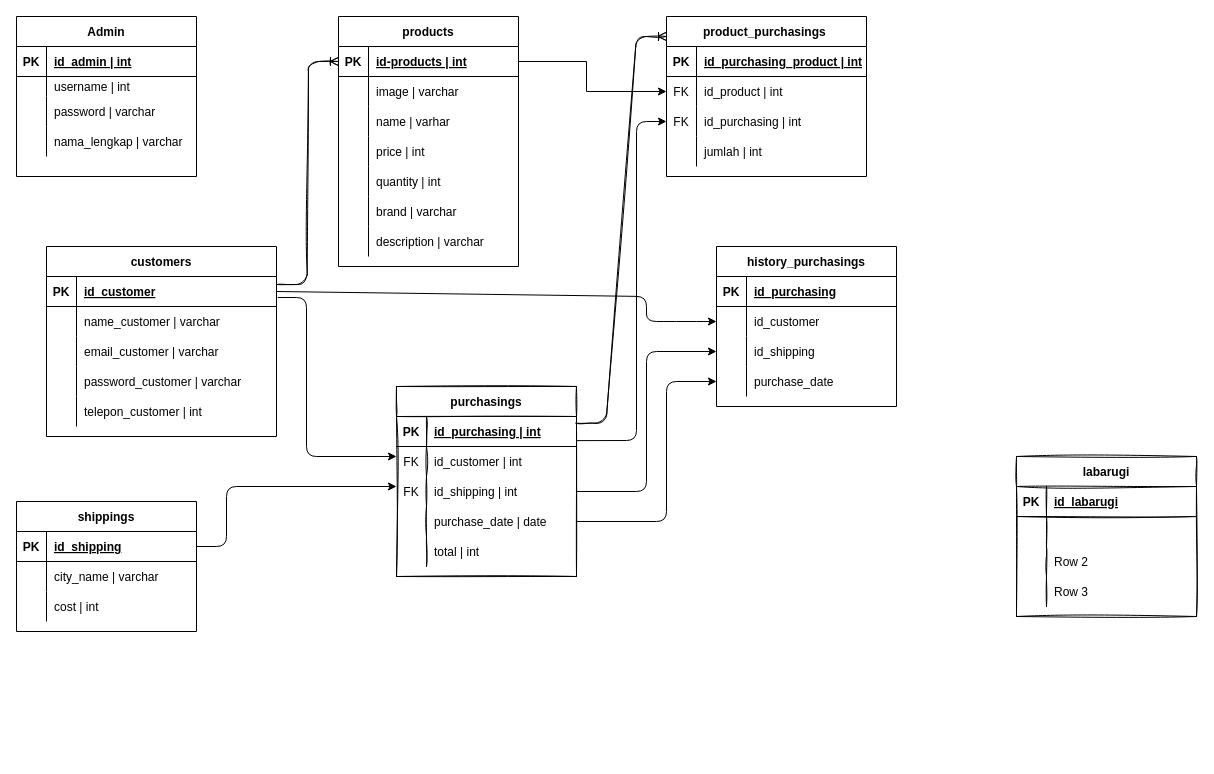
MoehammadAlji/redstore keeps this draw.io diagram as pertemuan2/RedStore/Redstore_db.drawio. Above is the earlier version. Source tidied: cells renumbered, new cells numbered last; positions are measured from the earlier drawing's top-left corner, leaving out a move shared by most shapes. Both pictures are drawn from the tidied source at 100%, with x=0, y=0 at pixel (16, 16).
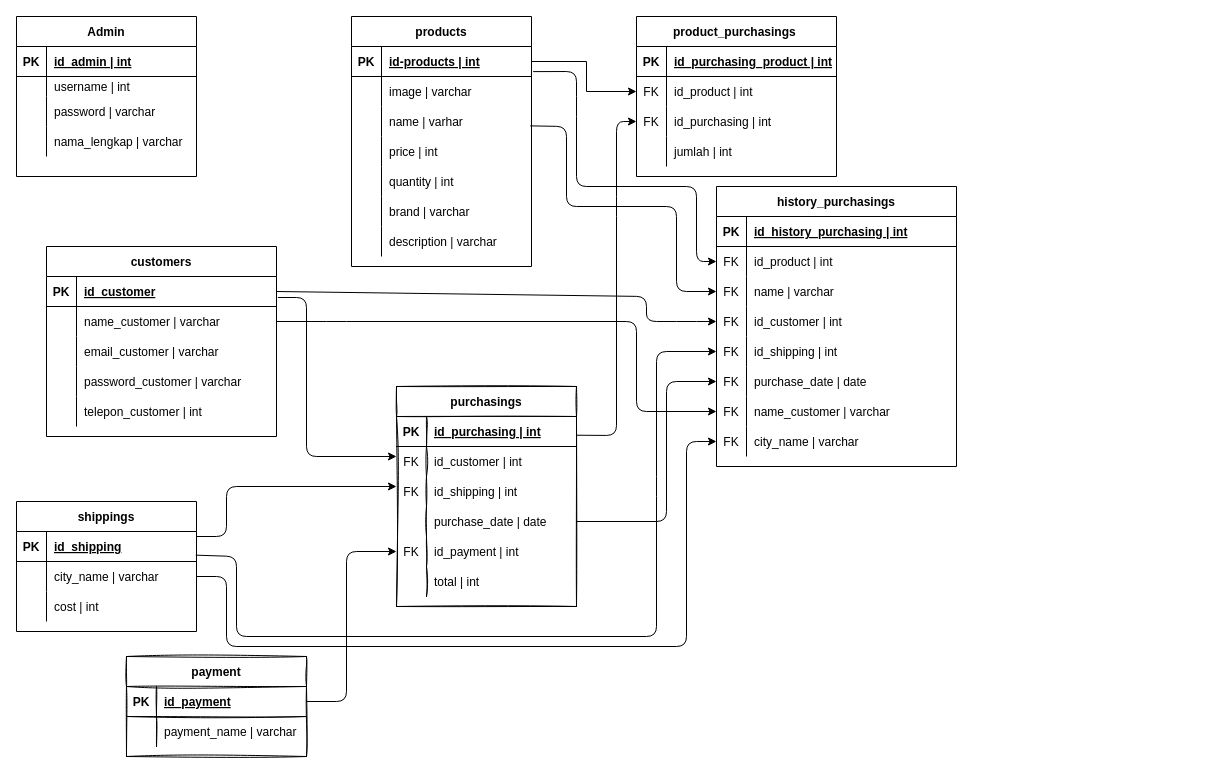
Above is the later version.

Unchanged cells that the change refers to:
```xml
<mxCell id="16" style="shape=tableRow;horizontal=0;startSize=0;swimlaneHead=0;swimlaneBody=0;fillColor=none;points=[[0,0.5],[1,0.5]];portConstraint=eastwest;top=0;left=0;right=0;bottom=1;" parent="15" vertex="1">
  <mxGeometry y="30" width="230" height="30" as="geometry" />
</mxCell>
<mxCell id="19" style="shape=tableRow;horizontal=0;startSize=0;swimlaneHead=0;swimlaneBody=0;fillColor=none;points=[[0,0.5],[1,0.5]];portConstraint=eastwest;top=0;left=0;right=0;bottom=0;" parent="15" vertex="1">
  <mxGeometry y="60" width="230" height="30" as="geometry" />
</mxCell>
<mxCell id="32" style="shape=tableRow;horizontal=0;startSize=0;swimlaneHead=0;swimlaneBody=0;fillColor=none;points=[[0,0.5],[1,0.5]];portConstraint=eastwest;top=0;left=0;right=0;bottom=1;" parent="31" vertex="1">
  <mxGeometry y="30" width="180" height="30" as="geometry" />
</mxCell>
<mxCell id="35" style="shape=tableRow;horizontal=0;startSize=0;swimlaneHead=0;swimlaneBody=0;fillColor=none;points=[[0,0.5],[1,0.5]];portConstraint=eastwest;top=0;left=0;right=0;bottom=0;" parent="31" vertex="1">
  <mxGeometry y="60" width="180" height="30" as="geometry" />
</mxCell>
<mxCell id="42" style="shape=tableRow;horizontal=0;startSize=0;swimlaneHead=0;swimlaneBody=0;fillColor=none;points=[[0,0.5],[1,0.5]];portConstraint=eastwest;top=0;left=0;right=0;bottom=1;" parent="41" vertex="1">
  <mxGeometry y="30" width="180" height="30" as="geometry" />
</mxCell>
<mxCell id="48" style="shape=tableRow;horizontal=0;startSize=0;swimlaneHead=0;swimlaneBody=0;fillColor=none;points=[[0,0.5],[1,0.5]];portConstraint=eastwest;top=0;left=0;right=0;bottom=0;" parent="41" vertex="1">
  <mxGeometry y="90" width="180" height="30" as="geometry" />
</mxCell>
<mxCell id="64" style="shape=tableRow;horizontal=0;startSize=0;swimlaneHead=0;swimlaneBody=0;fillColor=none;points=[[0,0.5],[1,0.5]];portConstraint=eastwest;top=0;left=0;right=0;bottom=0;" parent="57" vertex="1">
  <mxGeometry y="90" width="200" height="30" as="geometry" />
</mxCell>
<mxCell id="71" style="shape=tableRow;horizontal=0;startSize=0;swimlaneHead=0;swimlaneBody=0;fillColor=none;points=[[0,0.5],[1,0.5]];portConstraint=eastwest;top=0;left=0;right=0;bottom=1;" parent="70" vertex="1">
  <mxGeometry y="30" width="180" height="30" as="geometry" />
</mxCell>
<mxCell id="77" style="shape=tableRow;horizontal=0;startSize=0;swimlaneHead=0;swimlaneBody=0;fillColor=none;points=[[0,0.5],[1,0.5]];portConstraint=eastwest;top=0;left=0;right=0;bottom=0;" parent="70" vertex="1">
  <mxGeometry y="90" width="180" height="30" as="geometry" />
</mxCell>
<mxCell id="99" style="shape=tableRow;horizontal=0;startSize=0;swimlaneHead=0;swimlaneBody=0;fillColor=none;points=[[0,0.5],[1,0.5]];portConstraint=eastwest;top=0;left=0;right=0;bottom=1;rounded=0;shadow=0;sketch=1;" parent="98" vertex="1">
  <mxGeometry y="30" width="180" height="30" as="geometry" />
</mxCell>
```

Change to the diagram source:
```diff
@@
     <mxCell id="41" value="purchasings" style="shape=table;startSize=30;childLayout=tableLayout;rowLines=0;fontStyle=1;align=center;gradientColor=none;swimlaneFillColor=none;rounded=0;swimlaneLine=1;shadow=0;sketch=1;" parent="1" vertex="1">
-      <mxGeometry x="380" y="370" width="180" height="190" as="geometry" />
+      <mxGeometry x="380" y="370" width="180" height="220" as="geometry" />
     </mxCell>
@@
+    <mxCell id="127" style="shape=tableRow;horizontal=0;startSize=0;swimlaneHead=0;swimlaneBody=0;fillColor=none;points=[[0,0.5],[1,0.5]];portConstraint=eastwest;top=0;left=0;right=0;bottom=0;" parent="41" vertex="1">
+      <mxGeometry y="150" width="180" height="30" as="geometry" />
+    </mxCell>
+    <mxCell id="128" value="FK" style="shape=partialRectangle;fillColor=none;top=0;left=0;bottom=0;right=0;overflow=hidden;" parent="127" vertex="1">
+      <mxGeometry width="30" height="30" as="geometry" />
+    </mxCell>
+    <mxCell id="129" value="id_payment | int" style="shape=partialRectangle;fillColor=none;top=0;left=0;bottom=0;right=0;align=left;spacingLeft=6;overflow=hidden;" parent="127" vertex="1">
+      <mxGeometry x="30" width="150" height="30" as="geometry" />
+    </mxCell>
     <mxCell id="54" style="shape=tableRow;horizontal=0;startSize=0;swimlaneHead=0;swimlaneBody=0;fillColor=none;top=0;left=0;right=0;bottom=0;" parent="41" vertex="1">
-      <mxGeometry y="150" width="180" height="30" as="geometry" />
+      <mxGeometry y="180" width="180" height="30" as="geometry" />
     </mxCell>
@@
     <mxCell id="57" value="product_purchasings " style="shape=table;startSize=30;childLayout=tableLayout;rowLines=0;fontStyle=1;align=center;" parent="1" vertex="1">
-      <mxGeometry x="650" width="200" height="160" as="geometry" />
+      <mxGeometry x="620" width="200" height="160" as="geometry" />
     </mxCell>
@@
     <mxCell id="70" value="products" style="shape=table;startSize=30;childLayout=tableLayout;rowLines=0;fontStyle=1;align=center;" parent="1" vertex="1">
-      <mxGeometry x="322" width="180" height="250" as="geometry" />
+      <mxGeometry x="335" width="180" height="250" as="geometry" />
     </mxCell>
@@
-    <mxCell id="93" style="edgeStyle=entityRelationEdgeStyle;fontSize=12;html=1;endArrow=ERoneToMany;rounded=1;exitX=1.003;exitY=0.267;exitDx=0;exitDy=0;entryX=0;entryY=0.5;entryDx=0;entryDy=0;exitPerimeter=0;sketch=1;" parent="1" edge="1" source="16" target="71">
-      <mxGeometry relative="1" as="geometry" />
-    </mxCell>
-    <mxCell id="94" style="edgeStyle=entityRelationEdgeStyle;fontSize=12;html=1;endArrow=ERoneToMany;rounded=1;entryX=0;entryY=0.125;entryDx=0;entryDy=0;entryPerimeter=0;exitX=0.997;exitY=0.225;exitDx=0;exitDy=0;exitPerimeter=0;sketch=1;" parent="1" edge="1" source="42" target="57">
-      <mxGeometry relative="1" as="geometry" />
-    </mxCell>
@@
-    <mxCell id="96" style="endArrow=classic;html=1;rounded=1;exitX=1;exitY=0.5;exitDx=0;exitDy=0;entryX=0;entryY=0.333;entryDx=0;entryDy=0;entryPerimeter=0;" parent="1" edge="1" source="32" target="48">
+    <mxCell id="96" style="endArrow=classic;html=1;rounded=1;exitX=0.999;exitY=0.167;exitDx=0;exitDy=0;entryX=0;entryY=0.333;entryDx=0;entryDy=0;entryPerimeter=0;exitPerimeter=0;" parent="1" edge="1" source="32" target="48">
       <mxGeometry relative="1" as="geometry">
         <Array as="points">
-          <mxPoint x="210" y="530" />
+          <mxPoint x="210" y="520" />
           <mxPoint x="210" y="470" />
         </Array>
       </mxGeometry>
     </mxCell>
-    <mxCell id="97" style="endArrow=classic;html=1;rounded=1;exitX=0.998;exitY=0.804;exitDx=0;exitDy=0;exitPerimeter=0;entryX=0;entryY=0.5;entryDx=0;entryDy=0;" parent="1" edge="1" source="42" target="64">
-      <mxGeometry relative="1" as="geometry">
-        <Array as="points">
-          <mxPoint x="620" y="424" />
-          <mxPoint x="620" y="105" />
-          <mxPoint x="650" y="105" />
-        </Array>
-      </mxGeometry>
-    </mxCell>
-    <mxCell id="98" value="labarugi" style="shape=table;startSize=30;childLayout=tableLayout;rowLines=0;fontStyle=1;align=center;rounded=0;shadow=0;sketch=1;gradientColor=none;" parent="1" vertex="1">
-      <mxGeometry x="1000" y="440" width="180" height="160" as="geometry" />
+    <mxCell id="98" value="payment" style="shape=table;startSize=30;childLayout=tableLayout;rowLines=0;fontStyle=1;align=center;rounded=0;shadow=0;sketch=1;gradientColor=none;" parent="1" vertex="1">
+      <mxGeometry x="110" y="640" width="180" height="100" as="geometry" />
     </mxCell>
@@
-    <mxCell id="101" value="id_labarugi" style="shape=partialRectangle;fillColor=none;top=0;left=0;bottom=0;right=0;align=left;spacingLeft=6;fontStyle=5;overflow=hidden;rounded=0;shadow=0;sketch=1;" parent="99" vertex="1">
+    <mxCell id="101" value="id_payment" style="shape=partialRectangle;fillColor=none;top=0;left=0;bottom=0;right=0;align=left;spacingLeft=6;fontStyle=5;overflow=hidden;rounded=0;shadow=0;sketch=1;" parent="99" vertex="1">
       <mxGeometry x="30" width="150" height="30" as="geometry" />
     </mxCell>
-    <mxCell id="102" style="shape=tableRow;horizontal=0;startSize=0;swimlaneHead=0;swimlaneBody=0;fillColor=none;top=0;left=0;right=0;bottom=0;rounded=0;shadow=0;sketch=1;" parent="98" vertex="1">
-      <mxGeometry y="60" width="180" height="30" as="geometry" />
-    </mxCell>
-    <mxCell id="103" style="shape=partialRectangle;fillColor=none;top=0;left=0;bottom=0;right=0;overflow=hidden;rounded=0;shadow=0;sketch=1;" parent="102" vertex="1">
-      <mxGeometry width="30" height="30" as="geometry" />
-    </mxCell>
-    <mxCell id="104" style="shape=partialRectangle;fillColor=none;top=0;left=0;bottom=0;right=0;align=left;spacingLeft=6;overflow=hidden;rounded=0;shadow=0;sketch=1;" parent="102" vertex="1">
-      <mxGeometry x="30" width="150" height="30" as="geometry" />
-    </mxCell>
     <mxCell id="105" style="shape=tableRow;horizontal=0;startSize=0;swimlaneHead=0;swimlaneBody=0;fillColor=none;top=0;left=0;right=0;bottom=0;rounded=0;shadow=0;sketch=1;" parent="98" vertex="1">
-      <mxGeometry y="90" width="180" height="30" as="geometry" />
+      <mxGeometry y="60" width="180" height="30" as="geometry" />
     </mxCell>
@@
-    <mxCell id="107" value="Row 2" style="shape=partialRectangle;fillColor=none;top=0;left=0;bottom=0;right=0;align=left;spacingLeft=6;overflow=hidden;rounded=0;shadow=0;sketch=1;" parent="105" vertex="1">
+    <mxCell id="107" value="payment_name | varchar" style="shape=partialRectangle;fillColor=none;top=0;left=0;bottom=0;right=0;align=left;spacingLeft=6;overflow=hidden;rounded=0;shadow=0;sketch=1;" parent="105" vertex="1">
       <mxGeometry x="30" width="150" height="30" as="geometry" />
     </mxCell>
-    <mxCell id="108" style="shape=tableRow;horizontal=0;startSize=0;swimlaneHead=0;swimlaneBody=0;fillColor=none;top=0;left=0;right=0;bottom=0;rounded=0;shadow=0;sketch=1;" parent="98" vertex="1">
-      <mxGeometry y="120" width="180" height="30" as="geometry" />
-    </mxCell>
-    <mxCell id="109" style="shape=partialRectangle;fillColor=none;top=0;left=0;bottom=0;right=0;overflow=hidden;rounded=0;shadow=0;sketch=1;" parent="108" vertex="1">
-      <mxGeometry width="30" height="30" as="geometry" />
-    </mxCell>
-    <mxCell id="110" value="Row 3" style="shape=partialRectangle;fillColor=none;top=0;left=0;bottom=0;right=0;align=left;spacingLeft=6;overflow=hidden;rounded=0;shadow=0;sketch=1;" parent="108" vertex="1">
-      <mxGeometry x="30" width="150" height="30" as="geometry" />
-    </mxCell>
     <mxCell id="111" value="history_purchasings" style="shape=table;startSize=30;childLayout=tableLayout;rowLines=0;fontStyle=1;align=center;" parent="1" vertex="1">
-      <mxGeometry x="700" y="230" width="180" height="160" as="geometry" />
+      <mxGeometry x="700" y="170" width="240" height="280" as="geometry" />
     </mxCell>
     <mxCell id="112" style="shape=tableRow;horizontal=0;startSize=0;swimlaneHead=0;swimlaneBody=0;fillColor=none;top=0;left=0;right=0;bottom=1;" parent="111" vertex="1">
-      <mxGeometry y="30" width="180" height="30" as="geometry" />
+      <mxGeometry y="30" width="240" height="30" as="geometry" />
     </mxCell>
@@
-    <mxCell id="114" value="id_purchasing" style="shape=partialRectangle;fillColor=none;top=0;left=0;bottom=0;right=0;align=left;spacingLeft=6;fontStyle=5;overflow=hidden;" parent="112" vertex="1">
-      <mxGeometry x="30" width="150" height="30" as="geometry" />
+    <mxCell id="114" value="id_history_purchasing | int" style="shape=partialRectangle;fillColor=none;top=0;left=0;bottom=0;right=0;align=left;spacingLeft=6;fontStyle=5;overflow=hidden;" parent="112" vertex="1">
+      <mxGeometry x="30" width="210" height="30" as="geometry" />
     </mxCell>
+    <mxCell id="130" style="shape=tableRow;horizontal=0;startSize=0;swimlaneHead=0;swimlaneBody=0;fillColor=none;points=[[0,0.5],[1,0.5]];portConstraint=eastwest;top=0;left=0;right=0;bottom=0;" parent="111" vertex="1">
+      <mxGeometry y="60" width="240" height="30" as="geometry" />
+    </mxCell>
+    <mxCell id="131" value="FK" style="shape=partialRectangle;fillColor=none;top=0;left=0;bottom=0;right=0;fontStyle=0;overflow=hidden;" parent="130" vertex="1">
+      <mxGeometry width="30" height="30" as="geometry" />
+    </mxCell>
+    <mxCell id="132" value="id_product | int" style="shape=partialRectangle;fillColor=none;top=0;left=0;bottom=0;right=0;align=left;spacingLeft=6;fontStyle=0;overflow=hidden;" parent="130" vertex="1">
+      <mxGeometry x="30" width="210" height="30" as="geometry" />
+    </mxCell>
+    <mxCell id="133" style="shape=tableRow;horizontal=0;startSize=0;swimlaneHead=0;swimlaneBody=0;fillColor=none;points=[[0,0.5],[1,0.5]];portConstraint=eastwest;top=0;left=0;right=0;bottom=0;" parent="111" vertex="1">
+      <mxGeometry y="90" width="240" height="30" as="geometry" />
+    </mxCell>
+    <mxCell id="134" value="FK" style="shape=partialRectangle;fillColor=none;top=0;left=0;bottom=0;right=0;fontStyle=0;overflow=hidden;" parent="133" vertex="1">
+      <mxGeometry width="30" height="30" as="geometry" />
+    </mxCell>
+    <mxCell id="135" value="name | varchar " style="shape=partialRectangle;fillColor=none;top=0;left=0;bottom=0;right=0;align=left;spacingLeft=6;fontStyle=0;overflow=hidden;" parent="133" vertex="1">
+      <mxGeometry x="30" width="210" height="30" as="geometry" />
+    </mxCell>
     <mxCell id="115" style="shape=tableRow;horizontal=0;startSize=0;swimlaneHead=0;swimlaneBody=0;fillColor=none;points=[[0,0.5],[1,0.5]];portConstraint=eastwest;top=0;left=0;right=0;bottom=0;" parent="111" vertex="1">
-      <mxGeometry y="60" width="180" height="30" as="geometry" />
+      <mxGeometry y="120" width="240" height="30" as="geometry" />
     </mxCell>
-    <mxCell id="116" style="shape=partialRectangle;fillColor=none;top=0;left=0;bottom=0;right=0;overflow=hidden;" parent="115" vertex="1">
+    <mxCell id="116" value="FK" style="shape=partialRectangle;fillColor=none;top=0;left=0;bottom=0;right=0;overflow=hidden;" parent="115" vertex="1">
       <mxGeometry width="30" height="30" as="geometry" />
     </mxCell>
-    <mxCell id="117" value="id_customer" style="shape=partialRectangle;fillColor=none;top=0;left=0;bottom=0;right=0;align=left;spacingLeft=6;overflow=hidden;" parent="115" vertex="1">
-      <mxGeometry x="30" width="150" height="30" as="geometry" />
+    <mxCell id="117" value="id_customer | int" style="shape=partialRectangle;fillColor=none;top=0;left=0;bottom=0;right=0;align=left;spacingLeft=6;overflow=hidden;" parent="115" vertex="1">
+      <mxGeometry x="30" width="210" height="30" as="geometry" />
     </mxCell>
     <mxCell id="118" style="shape=tableRow;horizontal=0;startSize=0;swimlaneHead=0;swimlaneBody=0;fillColor=none;points=[[0,0.5],[1,0.5]];portConstraint=eastwest;top=0;left=0;right=0;bottom=0;" parent="111" vertex="1">
-      <mxGeometry y="90" width="180" height="30" as="geometry" />
+      <mxGeometry y="150" width="240" height="30" as="geometry" />
     </mxCell>
-    <mxCell id="119" style="shape=partialRectangle;fillColor=none;top=0;left=0;bottom=0;right=0;overflow=hidden;" parent="118" vertex="1">
+    <mxCell id="119" value="FK" style="shape=partialRectangle;fillColor=none;top=0;left=0;bottom=0;right=0;overflow=hidden;" parent="118" vertex="1">
       <mxGeometry width="30" height="30" as="geometry" />
     </mxCell>
-    <mxCell id="120" value="id_shipping" style="shape=partialRectangle;fillColor=none;top=0;left=0;bottom=0;right=0;align=left;spacingLeft=6;overflow=hidden;" parent="118" vertex="1">
-      <mxGeometry x="30" width="150" height="30" as="geometry" />
+    <mxCell id="120" value="id_shipping | int" style="shape=partialRectangle;fillColor=none;top=0;left=0;bottom=0;right=0;align=left;spacingLeft=6;overflow=hidden;" parent="118" vertex="1">
+      <mxGeometry x="30" width="210" height="30" as="geometry" />
     </mxCell>
     <mxCell id="121" style="shape=tableRow;horizontal=0;startSize=0;swimlaneHead=0;swimlaneBody=0;fillColor=none;points=[[0,0.5],[1,0.5]];portConstraint=eastwest;top=0;left=0;right=0;bottom=0;" parent="111" vertex="1">
-      <mxGeometry y="120" width="180" height="30" as="geometry" />
+      <mxGeometry y="180" width="240" height="30" as="geometry" />
     </mxCell>
-    <mxCell id="122" style="shape=partialRectangle;fillColor=none;top=0;left=0;bottom=0;right=0;overflow=hidden;" parent="121" vertex="1">
+    <mxCell id="122" value="FK" style="shape=partialRectangle;fillColor=none;top=0;left=0;bottom=0;right=0;overflow=hidden;" parent="121" vertex="1">
       <mxGeometry width="30" height="30" as="geometry" />
     </mxCell>
-    <mxCell id="123" value="purchase_date" style="shape=partialRectangle;fillColor=none;top=0;left=0;bottom=0;right=0;align=left;spacingLeft=6;overflow=hidden;" parent="121" vertex="1">
-      <mxGeometry x="30" width="150" height="30" as="geometry" />
+    <mxCell id="123" value="purchase_date | date" style="shape=partialRectangle;fillColor=none;top=0;left=0;bottom=0;right=0;align=left;spacingLeft=6;overflow=hidden;" parent="121" vertex="1">
+      <mxGeometry x="30" width="210" height="30" as="geometry" />
     </mxCell>
+    <mxCell id="136" style="shape=tableRow;horizontal=0;startSize=0;swimlaneHead=0;swimlaneBody=0;fillColor=none;points=[[0,0.5],[1,0.5]];portConstraint=eastwest;top=0;left=0;right=0;bottom=0;" parent="111" vertex="1">
+      <mxGeometry y="210" width="240" height="30" as="geometry" />
+    </mxCell>
+    <mxCell id="137" value="FK" style="shape=partialRectangle;fillColor=none;top=0;left=0;bottom=0;right=0;fontStyle=0;overflow=hidden;" parent="136" vertex="1">
+      <mxGeometry width="30" height="30" as="geometry" />
+    </mxCell>
+    <mxCell id="138" value="name_customer | varchar" style="shape=partialRectangle;fillColor=none;top=0;left=0;bottom=0;right=0;align=left;spacingLeft=6;fontStyle=0;overflow=hidden;" parent="136" vertex="1">
+      <mxGeometry x="30" width="210" height="30" as="geometry" />
+    </mxCell>
+    <mxCell id="139" style="shape=tableRow;horizontal=0;startSize=0;swimlaneHead=0;swimlaneBody=0;fillColor=none;points=[[0,0.5],[1,0.5]];portConstraint=eastwest;top=0;left=0;right=0;bottom=0;" parent="111" vertex="1">
+      <mxGeometry y="240" width="240" height="30" as="geometry" />
+    </mxCell>
+    <mxCell id="140" value="FK" style="shape=partialRectangle;fillColor=none;top=0;left=0;bottom=0;right=0;overflow=hidden;" parent="139" vertex="1">
+      <mxGeometry width="30" height="30" as="geometry" />
+    </mxCell>
+    <mxCell id="141" value="city_name | varchar" style="shape=partialRectangle;fillColor=none;top=0;left=0;bottom=0;right=0;align=left;spacingLeft=6;overflow=hidden;" parent="139" vertex="1">
+      <mxGeometry x="30" width="210" height="30" as="geometry" />
+    </mxCell>
@@
-    <mxCell id="125" style="endArrow=classic;html=1;rounded=1;exitX=1;exitY=0.5;exitDx=0;exitDy=0;entryX=0;entryY=0.5;entryDx=0;entryDy=0;" parent="1" edge="1" source="48" target="118">
+    <mxCell id="125" style="endArrow=classic;html=1;rounded=1;entryX=0;entryY=0.5;entryDx=0;entryDy=0;exitX=0.996;exitY=0.789;exitDx=0;exitDy=0;exitPerimeter=0;" parent="1" edge="1" source="32" target="118">
       <mxGeometry relative="1" as="geometry">
         <Array as="points">
-          <mxPoint x="630" y="475" />
-          <mxPoint x="630" y="335" />
+          <mxPoint x="220" y="540" />
+          <mxPoint x="220" y="620" />
+          <mxPoint x="640" y="620" />
+          <mxPoint x="640" y="470" />
+          <mxPoint x="640" y="335" />
         </Array>
       </mxGeometry>
     </mxCell>
@@
+    <mxCell id="142" style="endArrow=classic;html=1;rounded=1;exitX=1;exitY=0.5;exitDx=0;exitDy=0;entryX=0;entryY=0.5;entryDx=0;entryDy=0;" parent="1" edge="1" source="19" target="136">
+      <mxGeometry relative="1" as="geometry">
+        <Array as="points">
+          <mxPoint x="320" y="305" />
+          <mxPoint x="620" y="305" />
+          <mxPoint x="620" y="395" />
+        </Array>
+      </mxGeometry>
+    </mxCell>
+    <mxCell id="97" style="endArrow=classic;html=1;rounded=1;exitX=1.003;exitY=0.624;exitDx=0;exitDy=0;exitPerimeter=0;entryX=0;entryY=0.5;entryDx=0;entryDy=0;" parent="1" edge="1" source="42" target="64">
+      <mxGeometry relative="1" as="geometry">
+        <Array as="points">
+          <mxPoint x="600" y="419" />
+          <mxPoint x="600" y="190" />
+          <mxPoint x="600" y="105" />
+        </Array>
+      </mxGeometry>
+    </mxCell>
+    <mxCell id="143" style="endArrow=classic;html=1;rounded=1;exitX=1;exitY=0.5;exitDx=0;exitDy=0;entryX=0;entryY=0.5;entryDx=0;entryDy=0;" parent="1" edge="1" source="99" target="127">
+      <mxGeometry relative="1" as="geometry">
+        <Array as="points">
+          <mxPoint x="330" y="685" />
+          <mxPoint x="330" y="535" />
+        </Array>
+      </mxGeometry>
+    </mxCell>
+    <mxCell id="144" style="endArrow=classic;html=1;rounded=1;exitX=1;exitY=0.5;exitDx=0;exitDy=0;entryX=0;entryY=0.5;entryDx=0;entryDy=0;" parent="1" edge="1" source="35" target="139">
+      <mxGeometry relative="1" as="geometry">
+        <Array as="points">
+          <mxPoint x="210" y="560" />
+          <mxPoint x="210" y="630" />
+          <mxPoint x="670" y="630" />
+          <mxPoint x="670" y="425" />
+        </Array>
+      </mxGeometry>
+    </mxCell>
+    <mxCell id="145" style="endArrow=classic;html=1;rounded=1;exitX=1.009;exitY=0.837;exitDx=0;exitDy=0;exitPerimeter=0;entryX=0;entryY=0.5;entryDx=0;entryDy=0;" parent="1" edge="1" source="71" target="130">
+      <mxGeometry relative="1" as="geometry">
+        <Array as="points">
+          <mxPoint x="560" y="55" />
+          <mxPoint x="560" y="90" />
+          <mxPoint x="560" y="170" />
+          <mxPoint x="680" y="170" />
+          <mxPoint x="680" y="245" />
+        </Array>
+      </mxGeometry>
+    </mxCell>
+    <mxCell id="146" style="endArrow=classic;html=1;rounded=1;exitX=0.993;exitY=0.646;exitDx=0;exitDy=0;exitPerimeter=0;entryX=0;entryY=0.5;entryDx=0;entryDy=0;" parent="1" edge="1" source="77" target="133">
+      <mxGeometry relative="1" as="geometry">
+        <Array as="points">
+          <mxPoint x="550" y="110" />
+          <mxPoint x="550" y="190" />
+          <mxPoint x="660" y="190" />
+          <mxPoint x="660" y="275" />
+        </Array>
+      </mxGeometry>
+    </mxCell>
```
